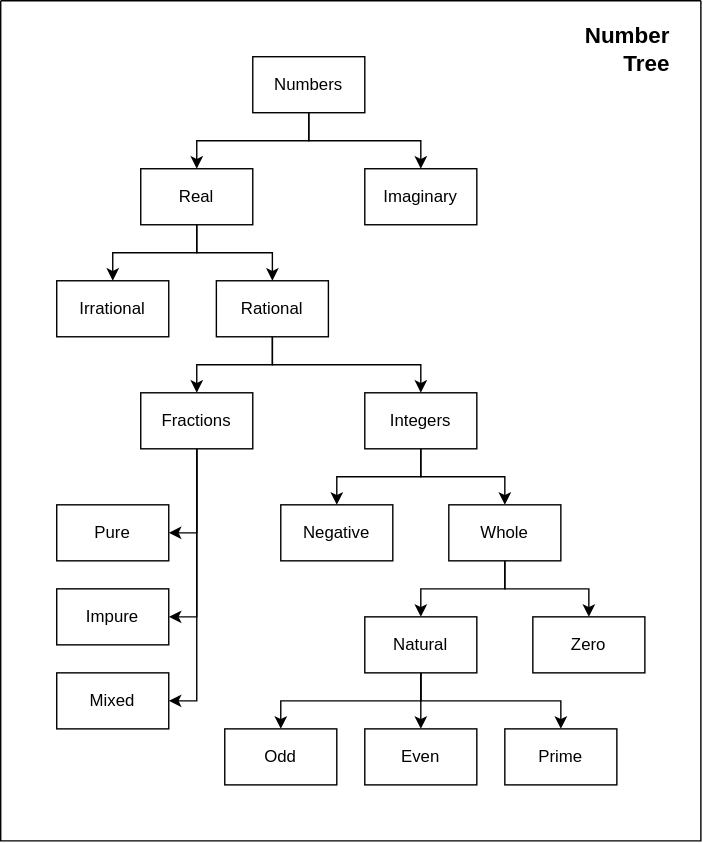
Before: Aptitude/assets/number-tree.svg, a diagram exported from draw.io (aadija1n/obsidian-notes). Source tidied: cells renumbered, new cells last; positions are measured from the earlier drawing's top-left corner, leaving out a move shared by most shapes.
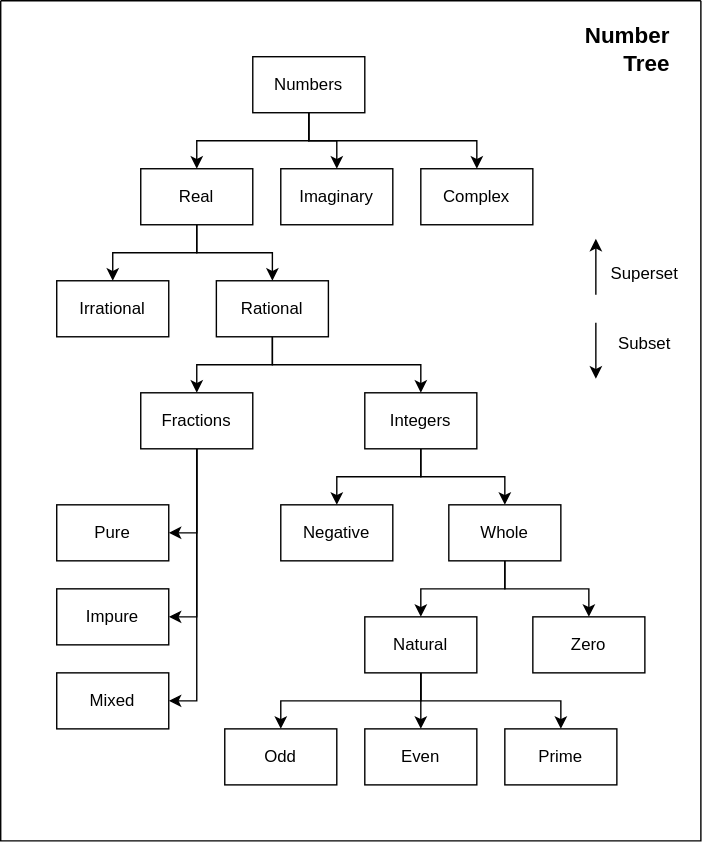
Later version of the same file.

Commit message:
vault backup: 2026-10-22 15:41:20

Diff of the diagram source:
```diff
@@ -11,6 +11,9 @@
     <mxCell id="4" style="edgeStyle=orthogonalEdgeStyle;rounded=0;jettySize=auto;html=1;exitX=0.5;exitY=1;exitDx=0;exitDy=0;entryX=0.5;entryY=0;entryDx=0;entryDy=0;defaultLabelBackgroundColor=page;" parent="2" edge="1" source="5" target="9">
       <mxGeometry relative="1" as="geometry" />
     </mxCell>
+    <mxCell id="37" style="edgeStyle=orthogonalEdgeStyle;rounded=0;jettySize=auto;html=1;exitX=0.5;exitY=1;exitDx=0;exitDy=0;entryX=0.5;entryY=0;entryDx=0;entryDy=0;defaultLabelBackgroundColor=page;" parent="2" edge="1" source="5" target="38">
+      <mxGeometry relative="1" as="geometry" />
+    </mxCell>
     <mxCell id="5" value="Numbers" style="rounded=0;whiteSpace=wrap;html=1;" parent="2" vertex="1">
       <mxGeometry x="180" y="40" width="80" height="40" as="geometry" />
     </mxCell>
@@ -24,7 +27,7 @@
       <mxGeometry x="100" y="120" width="80" height="40" as="geometry" />
     </mxCell>
     <mxCell id="9" value="Imaginary" style="rounded=0;whiteSpace=wrap;html=1;" parent="2" vertex="1">
-      <mxGeometry x="260" y="120" width="80" height="40" as="geometry" />
+      <mxGeometry x="200" y="120" width="80" height="40" as="geometry" />
     </mxCell>
     <mxCell id="10" value="Irrational" style="rounded=0;whiteSpace=wrap;html=1;" parent="2" vertex="1">
       <mxGeometry x="40" y="200" width="80" height="40" as="geometry" />
@@ -107,5 +110,26 @@
     <mxCell id="36" value="&lt;b&gt;&lt;font style=&quot;font-size: 16px;&quot;&gt;Number&lt;/font&gt;&lt;/b&gt;&lt;div&gt;&lt;b&gt;&lt;font style=&quot;font-size: 16px;&quot;&gt;Tree&lt;/font&gt;&lt;/b&gt;&lt;/div&gt;" style="text;html=1;whiteSpace=wrap;strokeColor=none;fillColor=none;align=right;verticalAlign=middle;rounded=0;" parent="2" vertex="1">
       <mxGeometry x="420" y="20" width="60" height="30" as="geometry" />
     </mxCell>
+    <mxCell id="38" value="Complex" style="rounded=0;whiteSpace=wrap;html=1;" parent="2" vertex="1">
+      <mxGeometry x="300" y="120" width="80" height="40" as="geometry" />
+    </mxCell>
+    <mxCell id="39" style="swimlane;startSize=0;fillColor=none;strokeColor=none;" parent="2" vertex="1">
+      <mxGeometry x="400" y="170" width="100" height="40" as="geometry" />
+    </mxCell>
+    <mxCell id="40" value="Superset" style="text;html=1;whiteSpace=wrap;strokeColor=none;fillColor=none;align=center;verticalAlign=middle;rounded=0;" parent="39" vertex="1">
+      <mxGeometry x="30" y="10" width="60" height="30" as="geometry" />
+    </mxCell>
+    <mxCell id="41" style="swimlane;startSize=0;fillColor=none;strokeColor=none;" parent="2" vertex="1">
+      <mxGeometry x="400" y="230" width="100" height="40" as="geometry" />
+    </mxCell>
+    <mxCell id="42" value="Subset" style="text;html=1;whiteSpace=wrap;strokeColor=none;fillColor=none;align=center;verticalAlign=middle;rounded=0;" parent="41" vertex="1">
+      <mxGeometry x="30" width="60" height="30" as="geometry" />
+    </mxCell>
+    <mxCell id="43" style="endArrow=classic;html=1;rounded=0;defaultLabelBackgroundColor=page;exitX=0.25;exitY=1;exitDx=0;exitDy=0;entryX=0.25;entryY=0;entryDx=0;entryDy=0;" parent="2" edge="1" source="39" target="39">
+      <mxGeometry relative="1" as="geometry" />
+    </mxCell>
+    <mxCell id="44" style="endArrow=classic;html=1;rounded=0;defaultLabelBackgroundColor=page;exitX=0.25;exitY=0;exitDx=0;exitDy=0;entryX=0.25;entryY=1;entryDx=0;entryDy=0;" parent="2" edge="1" source="41" target="41">
+      <mxGeometry relative="1" as="geometry" />
+    </mxCell>
   </root>
 </mxGraphModel>
```
